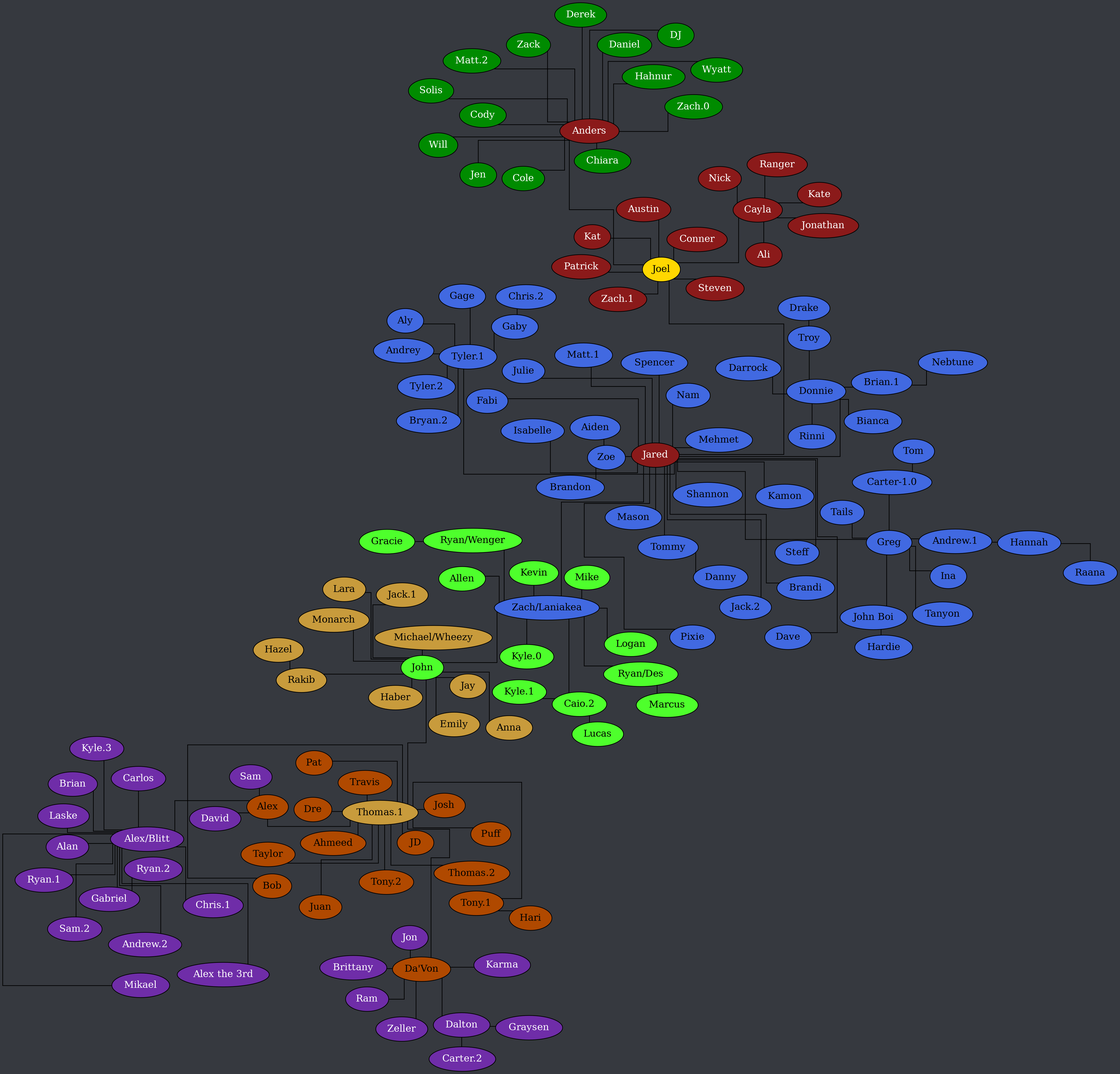
This is tree.png from Documidas/CoronaCatzFamilyTree, a Graphviz export, as it was before one commit. Its source is kept beside it as tree.dot.
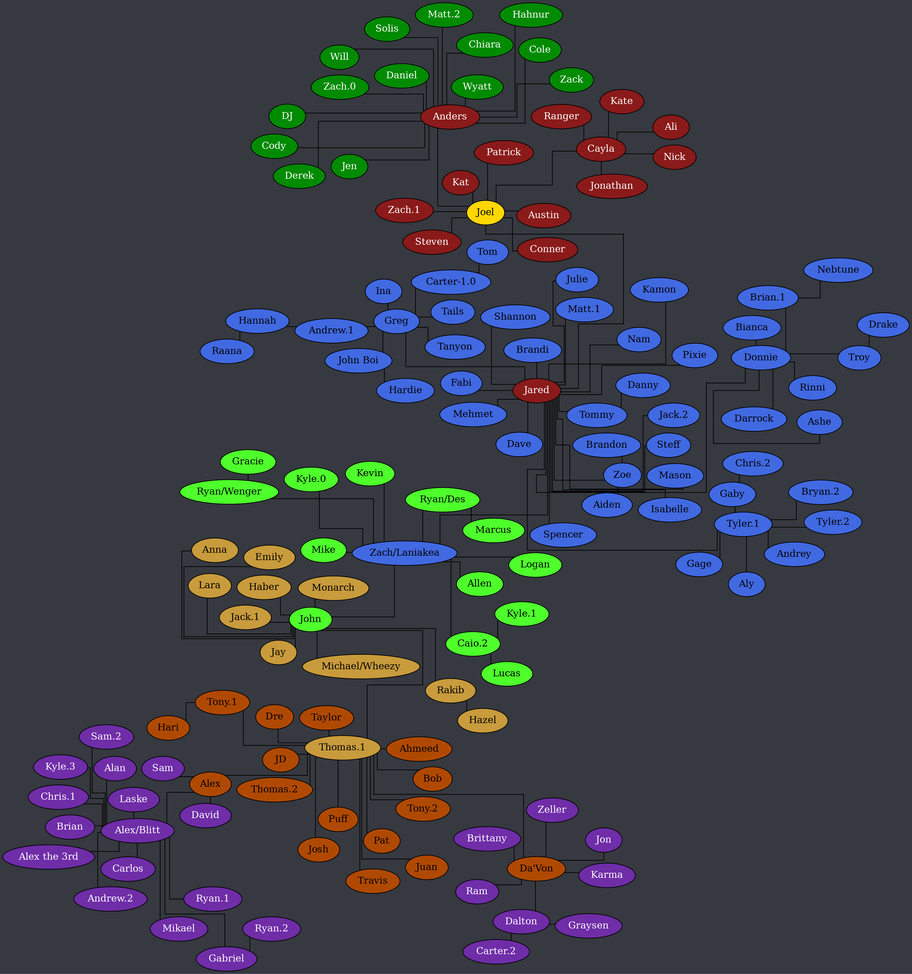
Above is the later version.

Diff of the diagram source:
```diff
@@ -56,6 +56,7 @@
 		"Andrew.1" -- Hannah;
 		"Brian.1" -- Nebtune;
 		"Carter-1.0" -- Tom;
+		Donnie -- Ashe;
 		Donnie -- Bianca;
 		Donnie -- "Brian.1";
 		Donnie -- Darrock;
```
